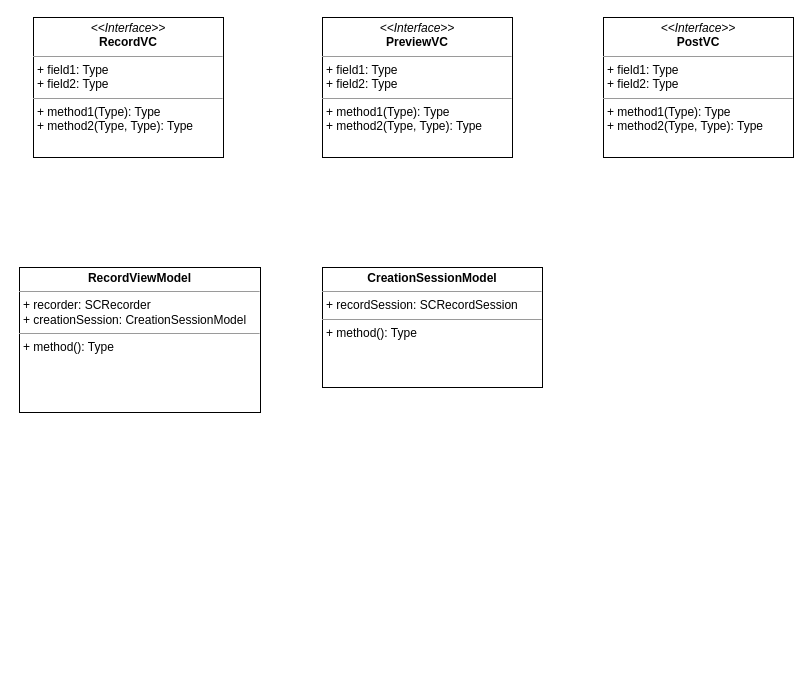
This is CreationFlow.drawio from dmitrobondarenko/AudioMix_iOS, a draw.io file, before an edit. Source tidied: cells renumbered, new cells numbered last; positions are measured from the earlier drawing's top-left corner, leaving out a move shared by most shapes. Both pictures are drawn from the tidied source at 100%, with x=0, y=0 at pixel (19, 17).
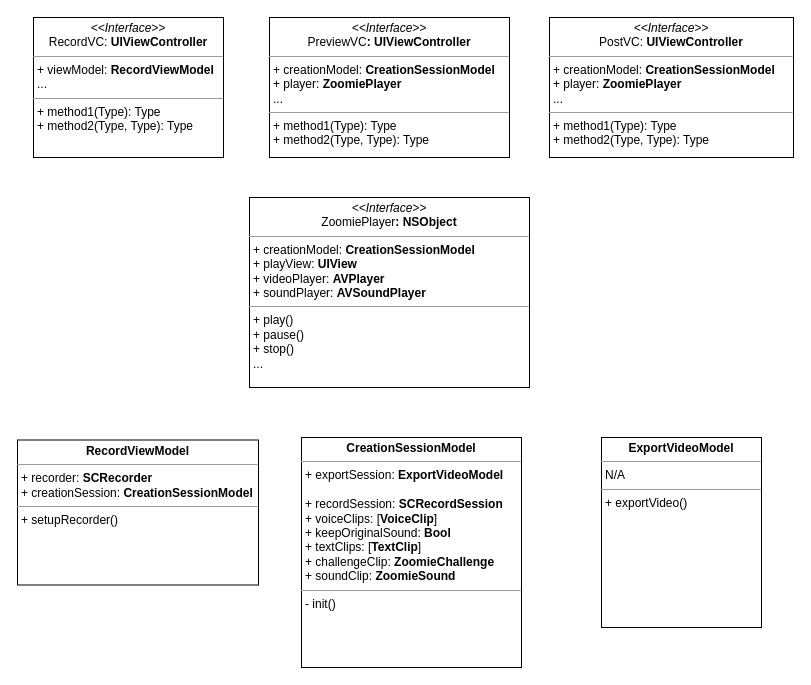
Above is the later version.

Diff of the diagram source:
```diff
@@
 <mxGraphModel>
   <root>
     <mxCell id="0" />
     <mxCell id="1" parent="0" />
-    <mxCell id="2" value="&lt;p style=&quot;margin:0px;margin-top:4px;text-align:center;&quot;&gt;&lt;i&gt;&amp;lt;&amp;lt;Interface&amp;gt;&amp;gt;&lt;/i&gt;&lt;br&gt;&lt;b&gt;RecordVC&lt;/b&gt;&lt;/p&gt;&lt;hr size=&quot;1&quot;&gt;&lt;p style=&quot;margin:0px;margin-left:4px;&quot;&gt;+ field1: Type&lt;br&gt;+ field2: Type&lt;/p&gt;&lt;hr size=&quot;1&quot;&gt;&lt;p style=&quot;margin:0px;margin-left:4px;&quot;&gt;+ method1(Type): Type&lt;br&gt;+ method2(Type, Type): Type&lt;/p&gt;" style="verticalAlign=top;align=left;overflow=fill;fontSize=12;fontFamily=Helvetica;html=1;" parent="1" vertex="1">
+    <mxCell id="2" value="&lt;p style=&quot;margin:0px;margin-top:4px;text-align:center;&quot;&gt;&lt;i&gt;&amp;lt;&amp;lt;Interface&amp;gt;&amp;gt;&lt;/i&gt;&lt;br&gt;RecordVC: &lt;b&gt;UIViewController&lt;/b&gt;&lt;/p&gt;&lt;hr size=&quot;1&quot;&gt;&lt;p style=&quot;margin:0px;margin-left:4px;&quot;&gt;+ viewModel: &lt;b&gt;RecordViewModel&lt;/b&gt;&lt;br&gt;...&lt;/p&gt;&lt;hr size=&quot;1&quot;&gt;&lt;p style=&quot;margin:0px;margin-left:4px;&quot;&gt;+ method1(Type): Type&lt;br&gt;+ method2(Type, Type): Type&lt;/p&gt;" style="verticalAlign=top;align=left;overflow=fill;fontSize=12;fontFamily=Helvetica;html=1;" parent="1" vertex="1">
       <mxGeometry x="14" width="190" height="140" as="geometry" />
     </mxCell>
-    <mxCell id="3" value="&lt;p style=&quot;margin:0px;margin-top:4px;text-align:center;&quot;&gt;&lt;i&gt;&amp;lt;&amp;lt;Interface&amp;gt;&amp;gt;&lt;/i&gt;&lt;br&gt;&lt;b&gt;PreviewVC&lt;/b&gt;&lt;/p&gt;&lt;hr size=&quot;1&quot;&gt;&lt;p style=&quot;margin:0px;margin-left:4px;&quot;&gt;+ field1: Type&lt;br&gt;+ field2: Type&lt;/p&gt;&lt;hr size=&quot;1&quot;&gt;&lt;p style=&quot;margin:0px;margin-left:4px;&quot;&gt;+ method1(Type): Type&lt;br&gt;+ method2(Type, Type): Type&lt;/p&gt;" style="verticalAlign=top;align=left;overflow=fill;fontSize=12;fontFamily=Helvetica;html=1;" parent="1" vertex="1">
-      <mxGeometry x="303" width="190" height="140" as="geometry" />
+    <mxCell id="3" value="&lt;p style=&quot;margin:0px;margin-top:4px;text-align:center;&quot;&gt;&lt;i&gt;&amp;lt;&amp;lt;Interface&amp;gt;&amp;gt;&lt;/i&gt;&lt;br&gt;PreviewVC&lt;b&gt;: UIViewController&lt;/b&gt;&lt;/p&gt;&lt;hr size=&quot;1&quot;&gt;&lt;p style=&quot;margin:0px;margin-left:4px;&quot;&gt;+ creationModel: &lt;b&gt;CreationSessionModel&lt;/b&gt;&lt;/p&gt;&lt;p style=&quot;margin:0px;margin-left:4px;&quot;&gt;+ player: &lt;b&gt;ZoomiePlayer&lt;/b&gt;&lt;br&gt;...&lt;/p&gt;&lt;hr size=&quot;1&quot;&gt;&lt;p style=&quot;margin:0px;margin-left:4px;&quot;&gt;+ method1(Type): Type&lt;br&gt;+ method2(Type, Type): Type&lt;/p&gt;" style="verticalAlign=top;align=left;overflow=fill;fontSize=12;fontFamily=Helvetica;html=1;" parent="1" vertex="1">
+      <mxGeometry x="250" width="240" height="140" as="geometry" />
     </mxCell>
-    <mxCell id="4" value="&lt;p style=&quot;margin:0px;margin-top:4px;text-align:center;&quot;&gt;&lt;i&gt;&amp;lt;&amp;lt;Interface&amp;gt;&amp;gt;&lt;/i&gt;&lt;br&gt;&lt;b&gt;PostVC&lt;/b&gt;&lt;/p&gt;&lt;hr size=&quot;1&quot;&gt;&lt;p style=&quot;margin:0px;margin-left:4px;&quot;&gt;+ field1: Type&lt;br&gt;+ field2: Type&lt;/p&gt;&lt;hr size=&quot;1&quot;&gt;&lt;p style=&quot;margin:0px;margin-left:4px;&quot;&gt;+ method1(Type): Type&lt;br&gt;+ method2(Type, Type): Type&lt;/p&gt;" style="verticalAlign=top;align=left;overflow=fill;fontSize=12;fontFamily=Helvetica;html=1;" parent="1" vertex="1">
-      <mxGeometry x="584" width="190" height="140" as="geometry" />
+    <mxCell id="4" value="&lt;p style=&quot;margin:0px;margin-top:4px;text-align:center;&quot;&gt;&lt;i&gt;&amp;lt;&amp;lt;Interface&amp;gt;&amp;gt;&lt;/i&gt;&lt;br&gt;PostVC: &lt;b&gt;UIViewController&lt;/b&gt;&lt;/p&gt;&lt;hr size=&quot;1&quot;&gt;&lt;p style=&quot;margin:0px;margin-left:4px;&quot;&gt;+ creationModel: &lt;b&gt;CreationSessionModel&lt;/b&gt;&lt;br&gt;+ player: &lt;b&gt;ZoomiePlayer&lt;/b&gt;&lt;/p&gt;&lt;p style=&quot;margin:0px;margin-left:4px;&quot;&gt;...&lt;/p&gt;&lt;hr size=&quot;1&quot;&gt;&lt;p style=&quot;margin:0px;margin-left:4px;&quot;&gt;+ method1(Type): Type&lt;br&gt;+ method2(Type, Type): Type&lt;/p&gt;" style="verticalAlign=top;align=left;overflow=fill;fontSize=12;fontFamily=Helvetica;html=1;" parent="1" vertex="1">
+      <mxGeometry x="530" width="244" height="140" as="geometry" />
     </mxCell>
-    <mxCell id="5" value="&lt;p style=&quot;margin:0px;margin-top:4px;text-align:center;&quot;&gt;&lt;b&gt;RecordViewModel&lt;/b&gt;&lt;/p&gt;&lt;hr size=&quot;1&quot;&gt;&lt;p style=&quot;margin:0px;margin-left:4px;&quot;&gt;+ recorder: SCRecorder&lt;/p&gt;&lt;p style=&quot;margin:0px;margin-left:4px;&quot;&gt;+ creationSession: CreationSessionModel&lt;/p&gt;&lt;hr size=&quot;1&quot;&gt;&lt;p style=&quot;margin:0px;margin-left:4px;&quot;&gt;+ method(): Type&lt;/p&gt;" style="verticalAlign=top;align=left;overflow=fill;fontSize=12;fontFamily=Helvetica;html=1;" parent="1" vertex="1">
-      <mxGeometry y="250" width="241" height="145" as="geometry" />
+    <mxCell id="5" value="&lt;p style=&quot;margin:0px;margin-top:4px;text-align:center;&quot;&gt;&lt;b&gt;RecordViewModel&lt;/b&gt;&lt;/p&gt;&lt;hr size=&quot;1&quot;&gt;&lt;p style=&quot;margin:0px;margin-left:4px;&quot;&gt;+ recorder: &lt;b&gt;SCRecorder&lt;/b&gt;&lt;/p&gt;&lt;p style=&quot;margin:0px;margin-left:4px;&quot;&gt;+ creationSession: &lt;b&gt;CreationSessionModel&lt;/b&gt;&lt;/p&gt;&lt;hr size=&quot;1&quot;&gt;&lt;p style=&quot;margin:0px;margin-left:4px;&quot;&gt;+ setupRecorder()&lt;/p&gt;" style="verticalAlign=top;align=left;overflow=fill;fontSize=12;fontFamily=Helvetica;html=1;" parent="1" vertex="1">
+      <mxGeometry x="-2" y="422.5" width="241" height="145" as="geometry" />
     </mxCell>
-    <mxCell id="6" value="&lt;p style=&quot;margin:0px;margin-top:4px;text-align:center;&quot;&gt;&lt;b&gt;CreationSessionModel&lt;/b&gt;&lt;/p&gt;&lt;hr size=&quot;1&quot;&gt;&lt;p style=&quot;margin:0px;margin-left:4px;&quot;&gt;+ recordSession: SCRecordSession&lt;/p&gt;&lt;hr size=&quot;1&quot;&gt;&lt;p style=&quot;margin:0px;margin-left:4px;&quot;&gt;+ method(): Type&lt;/p&gt;" style="verticalAlign=top;align=left;overflow=fill;fontSize=12;fontFamily=Helvetica;html=1;" parent="1" vertex="1">
-      <mxGeometry x="303" y="250" width="220" height="120" as="geometry" />
+    <mxCell id="6" value="&lt;p style=&quot;margin:0px;margin-top:4px;text-align:center;&quot;&gt;&lt;b&gt;CreationSessionModel&lt;/b&gt;&lt;/p&gt;&lt;hr size=&quot;1&quot;&gt;&lt;p style=&quot;margin:0px;margin-left:4px;&quot;&gt;+ exportSession: &lt;b&gt;ExportVideoModel&lt;/b&gt;&lt;/p&gt;&lt;p style=&quot;margin:0px;margin-left:4px;&quot;&gt;&lt;br&gt;&lt;/p&gt;&lt;p style=&quot;margin:0px;margin-left:4px;&quot;&gt;+ recordSession: &lt;b&gt;SCRecordSession&lt;/b&gt;&lt;/p&gt;&lt;p style=&quot;margin:0px;margin-left:4px;&quot;&gt;+ voiceClips: [&lt;b&gt;VoiceClip&lt;/b&gt;]&lt;/p&gt;&lt;p style=&quot;margin:0px;margin-left:4px;&quot;&gt;+ keepOriginalSound: &lt;b&gt;Bool&lt;/b&gt;&lt;/p&gt;&lt;p style=&quot;margin:0px;margin-left:4px;&quot;&gt;+ textClips: [&lt;b&gt;TextClip&lt;/b&gt;]&lt;/p&gt;&lt;p style=&quot;margin:0px;margin-left:4px;&quot;&gt;+ challengeClip: &lt;b&gt;ZoomieChallenge&lt;/b&gt;&lt;/p&gt;&lt;p style=&quot;margin:0px;margin-left:4px;&quot;&gt;+ soundClip: &lt;b&gt;ZoomieSound&lt;/b&gt;&lt;/p&gt;&lt;hr size=&quot;1&quot;&gt;&lt;p style=&quot;margin:0px;margin-left:4px;&quot;&gt;- init()&lt;/p&gt;" style="verticalAlign=top;align=left;overflow=fill;fontSize=12;fontFamily=Helvetica;html=1;" parent="1" vertex="1">
+      <mxGeometry x="282" y="420" width="220" height="230" as="geometry" />
     </mxCell>
+    <mxCell id="7" value="&lt;p style=&quot;margin:0px;margin-top:4px;text-align:center;&quot;&gt;&lt;b&gt;ExportVideoModel&lt;/b&gt;&lt;/p&gt;&lt;hr size=&quot;1&quot;&gt;&lt;p style=&quot;margin:0px;margin-left:4px;&quot;&gt;N/A&lt;/p&gt;&lt;hr size=&quot;1&quot;&gt;&lt;p style=&quot;margin:0px;margin-left:4px;&quot;&gt;+ exportVideo()&lt;/p&gt;" style="verticalAlign=top;align=left;overflow=fill;fontSize=12;fontFamily=Helvetica;html=1;" parent="1" vertex="1">
+      <mxGeometry x="582" y="420" width="160" height="190" as="geometry" />
+    </mxCell>
+    <mxCell id="8" value="&lt;p style=&quot;margin:0px;margin-top:4px;text-align:center;&quot;&gt;&lt;i&gt;&amp;lt;&amp;lt;Interface&amp;gt;&amp;gt;&lt;/i&gt;&lt;br&gt;ZoomiePlayer&lt;b&gt;: NSObject&lt;/b&gt;&lt;/p&gt;&lt;hr size=&quot;1&quot;&gt;&lt;p style=&quot;margin:0px;margin-left:4px;&quot;&gt;+ creationModel: &lt;b&gt;CreationSessionModel&lt;/b&gt;&lt;br&gt;&lt;/p&gt;&lt;p style=&quot;margin:0px;margin-left:4px;&quot;&gt;+ playView: &lt;b&gt;UIView&lt;/b&gt;&lt;/p&gt;&lt;p style=&quot;margin:0px;margin-left:4px;&quot;&gt;+ videoPlayer: &lt;b&gt;AVPlayer&lt;/b&gt;&lt;/p&gt;&lt;p style=&quot;margin:0px;margin-left:4px;&quot;&gt;+ soundPlayer: &lt;b&gt;AVSoundPlayer&lt;/b&gt;&lt;/p&gt;&lt;hr size=&quot;1&quot;&gt;&lt;p style=&quot;margin:0px;margin-left:4px;&quot;&gt;+ play()&lt;/p&gt;&lt;p style=&quot;margin:0px;margin-left:4px;&quot;&gt;+ pause()&lt;/p&gt;&lt;p style=&quot;margin:0px;margin-left:4px;&quot;&gt;+ stop()&lt;/p&gt;&lt;p style=&quot;margin:0px;margin-left:4px;&quot;&gt;...&lt;/p&gt;" style="verticalAlign=top;align=left;overflow=fill;fontSize=12;fontFamily=Helvetica;html=1;" parent="1" vertex="1">
+      <mxGeometry x="230" y="180" width="280" height="190" as="geometry" />
+    </mxCell>
   </root>
 </mxGraphModel>
```
